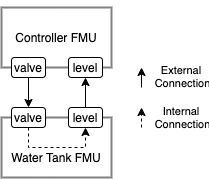
INTO-CPS-Association/maestro keeps this draw.io diagram as docs/user/images/wt_example/wt-example.png. Above is the earlier version. Source tidied: cells renumbered, new cells last; positions are measured from the earlier drawing's top-left corner, leaving out a move shared by most shapes. Source of this version:
```xml
<mxGraphModel background="#ffffff">
  <root>
    <mxCell id="0" />
    <mxCell id="1" parent="0" />
    <mxCell id="2" value="Controller FMU" style="rounded=0;whiteSpace=wrap;html=1;fillColor=none;fontFamily=Helvetica;fontSize=12;strokeColor=#808080;strokeWidth=2;" parent="1" vertex="1">
      <mxGeometry width="110" height="60" as="geometry" />
    </mxCell>
    <mxCell id="3" value="Water Tank FMU" style="rounded=0;whiteSpace=wrap;html=1;fillColor=none;fontFamily=Helvetica;fontSize=12;strokeColor=#808080;strokeWidth=2;spacingTop=19;" parent="1" vertex="1">
      <mxGeometry y="110" width="110" height="60" as="geometry" />
    </mxCell>
    <mxCell id="4" value="valve" style="rounded=1;whiteSpace=wrap;html=1;strokeColor=#000000;strokeWidth=1;fillColor=#ffffff;fontFamily=Helvetica;fontSize=12;" parent="1" vertex="1">
      <mxGeometry x="10" y="50" width="34" height="20" as="geometry" />
    </mxCell>
    <mxCell id="5" style="edgeStyle=orthogonalEdgeStyle;rounded=0;jettySize=auto;html=1;exitX=0.5;exitY=1;exitDx=0;exitDy=0;entryX=0.5;entryY=1;entryDx=0;entryDy=0;dashed=1;" parent="1" edge="1" source="6" target="8">
      <mxGeometry relative="1" as="geometry">
        <Array as="points">
          <mxPoint x="27" y="140" />
          <mxPoint x="84" y="140" />
        </Array>
      </mxGeometry>
    </mxCell>
    <mxCell id="6" value="valve" style="rounded=1;whiteSpace=wrap;html=1;strokeColor=#000000;strokeWidth=1;fillColor=#ffffff;fontFamily=Helvetica;fontSize=12;" parent="1" vertex="1">
      <mxGeometry x="10" y="100" width="34" height="20" as="geometry" />
    </mxCell>
    <mxCell id="7" style="endArrow=classic;html=1;fontFamily=Helvetica;fontSize=12;align=center;exitX=0.5;exitY=1;entryX=0.5;entryY=0;" parent="1" edge="1" source="4" target="6">
      <mxGeometry relative="1" as="geometry" />
    </mxCell>
    <mxCell id="8" value="level&lt;br&gt;" style="rounded=1;whiteSpace=wrap;html=1;strokeColor=#000000;strokeWidth=1;fillColor=#ffffff;fontFamily=Helvetica;fontSize=12;" parent="1" vertex="1">
      <mxGeometry x="67" y="100" width="34" height="20" as="geometry" />
    </mxCell>
    <mxCell id="9" style="edgeStyle=orthogonalEdgeStyle;curved=1;html=1;exitX=0.5;exitY=1;endArrow=classicThin;endFill=1;jettySize=auto;orthogonalLoop=1;fontFamily=Helvetica;fontSize=12;align=center;" parent="1" edge="1" source="6" target="6">
      <mxGeometry relative="1" as="geometry" />
    </mxCell>
    <mxCell id="10" value="level&lt;br&gt;" style="rounded=1;whiteSpace=wrap;html=1;strokeColor=#000000;strokeWidth=1;fillColor=#ffffff;fontFamily=Helvetica;fontSize=12;" parent="1" vertex="1">
      <mxGeometry x="67" y="50" width="34" height="20" as="geometry" />
    </mxCell>
    <mxCell id="11" style="endArrow=classic;html=1;fontFamily=Helvetica;fontSize=12;align=center;exitX=0.5;exitY=0;entryX=0.5;entryY=1;" parent="1" edge="1" source="8" target="10">
      <mxGeometry relative="1" as="geometry" />
    </mxCell>
    <mxCell id="12" style="edgeStyle=orthogonalEdgeStyle;curved=1;html=1;exitX=0.25;exitY=0;entryX=0.25;entryY=0;endArrow=classicThin;endFill=1;jettySize=auto;orthogonalLoop=1;fontFamily=Helvetica;fontSize=12;align=center;" parent="1" edge="1" source="2" target="2">
      <mxGeometry relative="1" as="geometry" />
    </mxCell>
    <mxCell id="13" style="endArrow=classic;html=1;fontFamily=Helvetica;fontSize=12;align=center;entryX=0.5;entryY=1;" parent="1" edge="1">
      <mxGeometry relative="1" as="geometry">
        <mxPoint x="140" y="80" as="sourcePoint" />
        <mxPoint x="140" y="60" as="targetPoint" />
      </mxGeometry>
    </mxCell>
    <mxCell id="14" value="External &lt;br&gt;Connection" style="edgeLabel;html=1;align=center;verticalAlign=middle;" parent="13" vertex="1">
      <mxGeometry x="0.68" y="1" relative="1" as="geometry">
        <mxPoint x="41" y="5.2" as="offset" />
      </mxGeometry>
    </mxCell>
    <mxCell id="15" style="rounded=0;orthogonalLoop=1;jettySize=auto;html=1;entryX=0.5;entryY=1;entryDx=0;entryDy=0;dashed=1;" parent="1" edge="1">
      <mxGeometry relative="1" as="geometry">
        <mxPoint x="140" y="120" as="sourcePoint" />
        <mxPoint x="140" y="100" as="targetPoint" />
      </mxGeometry>
    </mxCell>
    <mxCell id="16" value="Internal &lt;br&gt;Connection" style="edgeLabel;html=1;align=center;verticalAlign=middle;" parent="15" vertex="1">
      <mxGeometry x="-0.04" y="-2" relative="1" as="geometry">
        <mxPoint x="38" y="-0.4" as="offset" />
      </mxGeometry>
    </mxCell>
  </root>
</mxGraphModel>
```
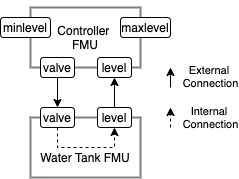
Later version of the same file.

Change to the diagram source:
```diff
@@ -2,7 +2,7 @@
   <root>
     <mxCell id="0" />
     <mxCell id="1" parent="0" />
-    <mxCell id="2" value="Controller FMU" style="rounded=0;whiteSpace=wrap;html=1;fillColor=none;fontFamily=Helvetica;fontSize=12;strokeColor=#808080;strokeWidth=2;" parent="1" vertex="1">
+    <mxCell id="2" value="Controller &lt;br&gt;FMU" style="rounded=0;whiteSpace=wrap;html=1;fillColor=none;fontFamily=Helvetica;fontSize=12;strokeColor=#808080;strokeWidth=2;" parent="1" vertex="1">
       <mxGeometry width="110" height="60" as="geometry" />
     </mxCell>
     <mxCell id="3" value="Water Tank FMU" style="rounded=0;whiteSpace=wrap;html=1;fillColor=none;fontFamily=Helvetica;fontSize=12;strokeColor=#808080;strokeWidth=2;spacingTop=19;" parent="1" vertex="1">
@@ -62,5 +62,11 @@
         <mxPoint x="38" y="-0.4" as="offset" />
       </mxGeometry>
     </mxCell>
+    <mxCell id="17" value="maxlevel" style="rounded=1;whiteSpace=wrap;html=1;strokeColor=#000000;strokeWidth=1;fillColor=#ffffff;fontFamily=Helvetica;fontSize=12;" parent="1" vertex="1">
+      <mxGeometry x="90" y="10" width="50" height="20" as="geometry" />
+    </mxCell>
+    <mxCell id="18" value="minlevel" style="rounded=1;whiteSpace=wrap;html=1;strokeColor=#000000;strokeWidth=1;fillColor=#ffffff;fontFamily=Helvetica;fontSize=12;" parent="1" vertex="1">
+      <mxGeometry x="-30" y="10" width="50" height="20" as="geometry" />
+    </mxCell>
   </root>
 </mxGraphModel>
```
